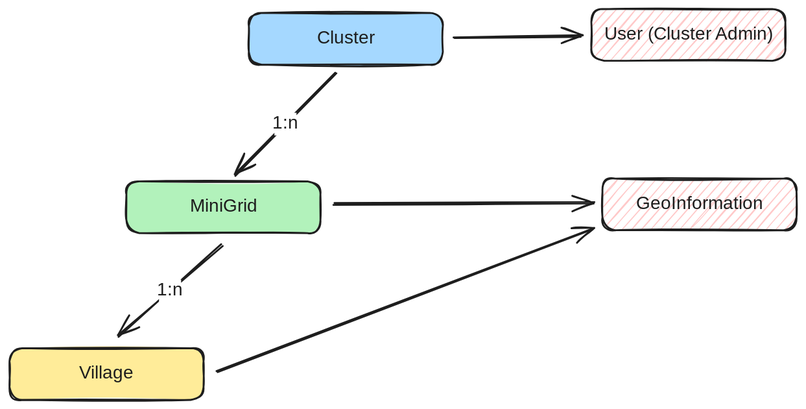
This is docs/development/images/cluster_minigrid_village.excalidraw.svg from EnAccess/micropowermanager, a Excalidraw export, as it was before one commit. Source tidied: one line per element, renumbered; positions are measured from the earlier drawing's top-left corner, leaving out a move shared by most shapes.
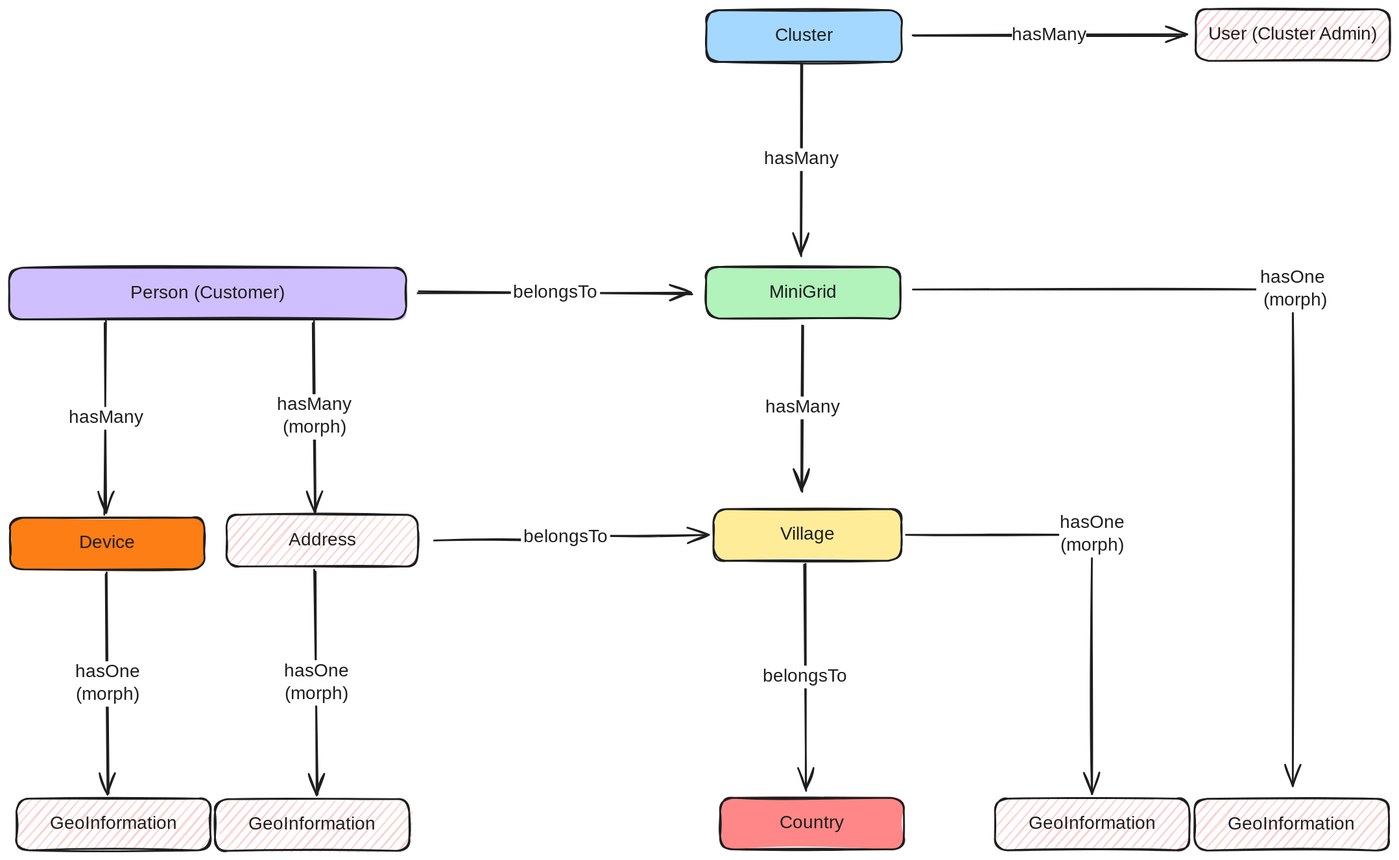
The same file after the commit.

Change to the diagram source:
```diff
@@ -1,17 +1,48 @@
-{"id": 0, "type": "rectangle", "strokeColor": "#1e1e1e", "backgroundColor": "#a5d8ff", "fillStyle": "solid", "strokeWidth": 2, "roughness": 1, "round": true, "x": 264, "y": 4, "width": 214, "height": 57}
+{"id": 0, "type": "rectangle", "strokeColor": "#1e1e1e", "backgroundColor": "#a5d8ff", "fillStyle": "solid", "strokeWidth": 2, "roughness": 1, "round": true, "x": 128, "y": -94, "width": 215, "height": 57}
-{"id": 1, "type": "text", "text": "Cluster", "strokeColor": "#1e1e1e", "strokeWidth": 2, "roughness": 1, "fontSize": 20, "fontFamily": 5, "textAlign": "center", "verticalAlign": "middle", "inside": 0, "x": 336, "y": 20, "width": 69, "height": 25}
+{"id": 1, "type": "text", "text": "Cluster", "strokeColor": "#1e1e1e", "strokeWidth": 2, "roughness": 1, "fontSize": 20, "fontFamily": 5, "textAlign": "center", "verticalAlign": "middle", "inside": 0, "x": 201, "y": -78, "width": 69, "height": 25}
-{"id": 2, "type": "rectangle", "strokeColor": "#1e1e1e", "backgroundColor": "#b2f2bb", "fillStyle": "solid", "strokeWidth": 2, "roughness": 1, "round": true, "x": 129, "y": 190, "width": 214, "height": 57}
+{"id": 2, "type": "rectangle", "strokeColor": "#1e1e1e", "backgroundColor": "#b2f2bb", "fillStyle": "solid", "strokeWidth": 2, "roughness": 1, "round": true, "x": 128, "y": 188, "width": 214, "height": 57}
-{"id": 3, "type": "text", "text": "MiniGrid", "strokeColor": "#1e1e1e", "strokeWidth": 2, "roughness": 1, "fontSize": 20, "fontFamily": 5, "textAlign": "center", "verticalAlign": "middle", "inside": 2, "x": 197, "y": 206, "width": 77, "height": 25}
+{"id": 3, "type": "text", "text": "MiniGrid", "strokeColor": "#1e1e1e", "strokeWidth": 2, "roughness": 1, "fontSize": 20, "fontFamily": 5, "textAlign": "center", "verticalAlign": "middle", "inside": 2, "x": 196, "y": 204, "width": 77, "height": 25}
-{"id": 4, "type": "rectangle", "strokeColor": "#1e1e1e", "backgroundColor": "#ffec99", "fillStyle": "solid", "strokeWidth": 2, "roughness": 1, "round": true, "x": 0, "y": 373, "width": 214, "height": 57}
+{"id": 4, "type": "rectangle", "strokeColor": "#1e1e1e", "backgroundColor": "#ffec99", "fillStyle": "solid", "strokeWidth": 2, "roughness": 1, "round": true, "x": 136, "y": 455, "width": 207, "height": 57}
-{"id": 5, "type": "text", "text": "Village", "strokeColor": "#1e1e1e", "strokeWidth": 2, "roughness": 1, "fontSize": 20, "fontFamily": 5, "textAlign": "center", "verticalAlign": "middle", "inside": 4, "x": 77, "y": 389, "width": 59, "height": 25}
+{"id": 5, "type": "text", "text": "Village", "strokeColor": "#1e1e1e", "strokeWidth": 2, "roughness": 1, "fontSize": 20, "fontFamily": 5, "textAlign": "center", "verticalAlign": "middle", "inside": 4, "x": 210, "y": 471, "width": 59, "height": 25}
-{"id": 6, "type": "arrow", "strokeColor": "#1e1e1e", "strokeWidth": 2, "roughness": 1, "endArrowhead": "arrow", "round": true, "from": 0, "to": 2, "x": 360, "y": 70, "width": 112, "height": 113, "points": [[0, 0], [-112, 113]]}
+{"id": 6, "type": "arrow", "strokeColor": "#1e1e1e", "strokeWidth": 2, "roughness": 1, "endArrowhead": "arrow", "round": true, "from": 0, "to": 2, "x": 233, "y": -36, "width": 2, "height": 212, "points": [[0, 0], [-2, 212]]}
-{"id": 7, "type": "text", "text": "1:n", "strokeColor": "#1e1e1e", "strokeWidth": 2, "roughness": 1, "fontSize": 20, "fontFamily": 5, "textAlign": "center", "verticalAlign": "middle", "inside": 6, "x": 292, "y": 114, "width": 24, "height": 25}
+{"id": 7, "type": "text", "text": "hasMany", "strokeColor": "#1e1e1e", "strokeWidth": 2, "roughness": 1, "fontSize": 20, "fontFamily": 5, "textAlign": "center", "verticalAlign": "middle", "inside": 6, "x": 196, "y": 113, "width": 82, "height": 25}
-{"id": 8, "type": "arrow", "strokeColor": "#1e1e1e", "strokeWidth": 2, "roughness": 1, "endArrowhead": "arrow", "round": true, "from": 2, "to": 4, "x": 234, "y": 260, "width": 115, "height": 101, "points": [[0, 0], [-115, 101]]}
-{"id": 9, "type": "text", "text": "1:n", "strokeColor": "#1e1e1e", "strokeWidth": 2, "roughness": 1, "fontSize": 20, "fontFamily": 5, "textAlign": "center", "verticalAlign": "middle", "inside": 8, "x": 293, "y": 143, "width": 24, "height": 25}
-{"id": 10, "type": "rectangle", "strokeColor": "#1e1e1e", "backgroundColor": "#ffc9c9", "fillStyle": "hachure", "strokeWidth": 2, "roughness": 1, "round": true, "x": 654, "y": 187, "width": 214, "height": 57}
-{"id": 11, "type": "text", "text": "GeoInformation", "strokeColor": "#1e1e1e", "strokeWidth": 2, "roughness": 1, "fontSize": 20, "fontFamily": 5, "textAlign": "center", "verticalAlign": "middle", "inside": 10, "x": 684, "y": 203, "width": 153, "height": 25}
-{"id": 12, "type": "rectangle", "strokeColor": "#1e1e1e", "backgroundColor": "#ffc9c9", "fillStyle": "hachure", "strokeWidth": 2, "roughness": 1, "round": true, "x": 641, "y": 0, "width": 214, "height": 57}
+{"id": 12, "type": "rectangle", "strokeColor": "#1e1e1e", "backgroundColor": "#ffc9c9", "fillStyle": "hachure", "strokeWidth": 2, "roughness": 1, "round": true, "x": 667, "y": -95, "width": 214, "height": 57}
-{"id": 13, "type": "text", "text": "User (Cluster Admin)", "strokeColor": "#1e1e1e", "strokeWidth": 2, "roughness": 1, "fontSize": 20, "fontFamily": 5, "textAlign": "center", "verticalAlign": "middle", "inside": 12, "x": 649, "y": 16, "width": 200, "height": 25}
+{"id": 13, "type": "text", "text": "User (Cluster Admin)", "strokeColor": "#1e1e1e", "strokeWidth": 2, "roughness": 1, "fontSize": 20, "fontFamily": 5, "textAlign": "center", "verticalAlign": "middle", "inside": 12, "x": 674, "y": -79, "width": 200, "height": 25}
-{"id": 14, "type": "arrow", "strokeColor": "#1e1e1e", "backgroundColor": "#ffc9c9", "fillStyle": "hachure", "strokeWidth": 2, "roughness": 1, "endArrowhead": "arrow", "round": true, "from": 0, "to": 12, "x": 490, "y": 31, "width": 141, "height": 1, "points": [[0, 0], [141, -1]]}
+{"id": 14, "type": "arrow", "strokeColor": "#1e1e1e", "backgroundColor": "#ffc9c9", "fillStyle": "hachure", "strokeWidth": 2, "roughness": 1, "endArrowhead": "arrow", "round": true, "from": 0, "to": 12, "x": 355, "y": -67, "width": 301, "height": 1, "points": [[0, 0], [301, 1]]}
+{"id": 17, "type": "text", "text": "hasMany", "strokeColor": "#1e1e1e", "strokeWidth": 2, "roughness": 1, "fontSize": 20, "fontFamily": 5, "textAlign": "center", "verticalAlign": "middle", "inside": 14, "x": 452, "y": 19, "width": 82, "height": 25}
-{"id": 15, "type": "arrow", "strokeColor": "#1e1e1e", "backgroundColor": "#ffc9c9", "fillStyle": "hachure", "strokeWidth": 2, "roughness": 1, "endArrowhead": "arrow", "round": true, "from": 2, "to": 10, "x": 358, "y": 215, "width": 287, "height": 2, "points": [[0, 0], [287, -2]]}
+{"id": 15, "type": "arrow", "strokeColor": "#1e1e1e", "backgroundColor": "#ffc9c9", "fillStyle": "hachure", "strokeWidth": 2, "roughness": 1, "endArrowhead": "arrow", "from": 2, "to": 49, "x": 355, "y": 213, "width": 418, "height": 547, "points": [[0, 0], [418, 0], [418, 547]]}
-{"id": 16, "type": "arrow", "strokeColor": "#1e1e1e", "backgroundColor": "#ffc9c9", "fillStyle": "hachure", "strokeWidth": 2, "roughness": 1, "endArrowhead": "arrow", "round": true, "from": 4, "to": 10, "x": 229, "y": 400, "width": 414, "height": 158, "points": [[0, 0], [414, -158]]}
+{"id": 18, "type": "text", "text": "hasOne\n (morph)", "strokeColor": "#1e1e1e", "strokeWidth": 2, "roughness": 1, "fontSize": 20, "fontFamily": 5, "textAlign": "center", "verticalAlign": "middle", "inside": 15, "x": 733, "y": 188, "width": 80, "height": 50}
+{"id": 19, "type": "rectangle", "strokeColor": "#1e1e1e", "backgroundColor": "#ff8787", "fillStyle": "solid", "strokeWidth": 2, "roughness": 1, "round": true, "x": 143, "y": 773, "width": 202, "height": 57}
+{"id": 20, "type": "text", "text": "Country", "strokeColor": "#1e1e1e", "strokeWidth": 2, "roughness": 1, "fontSize": 20, "fontFamily": 5, "textAlign": "center", "verticalAlign": "middle", "inside": 19, "x": 206, "y": 789, "width": 76, "height": 25}
+{"id": 21, "type": "arrow", "strokeColor": "#1e1e1e", "strokeWidth": 2, "roughness": 1, "endArrowhead": "arrow", "round": true, "from": 4, "to": 19, "x": 237, "y": 515, "width": 0, "height": 249, "points": [[0, 0], [0, 249]]}
+{"id": 22, "type": "text", "text": "belongsTo", "strokeColor": "#1e1e1e", "strokeWidth": 2, "roughness": 1, "fontSize": 20, "fontFamily": 5, "textAlign": "center", "verticalAlign": "middle", "inside": 21, "x": 113, "y": 492, "width": 98, "height": 25}
+{"id": 23, "type": "rectangle", "strokeColor": "#1e1e1e", "backgroundColor": "#d0bfff", "fillStyle": "solid", "strokeWidth": 2, "roughness": 1, "round": true, "x": -640, "y": 189, "width": 437, "height": 57}
+{"id": 24, "type": "text", "text": "Person (Customer)", "strokeColor": "#1e1e1e", "strokeWidth": 2, "roughness": 1, "fontSize": 20, "fontFamily": 5, "textAlign": "center", "verticalAlign": "middle", "inside": 23, "x": -511, "y": 205, "width": 179, "height": 25}
+{"id": 25, "type": "rectangle", "strokeColor": "#1e1e1e", "backgroundColor": "#fd7e14", "fillStyle": "solid", "strokeWidth": 2, "roughness": 1, "round": true, "x": -639, "y": 465, "width": 214, "height": 57}
+{"id": 26, "type": "text", "text": "Device", "strokeColor": "#1e1e1e", "strokeWidth": 2, "roughness": 1, "fontSize": 20, "fontFamily": 5, "textAlign": "center", "verticalAlign": "middle", "inside": 25, "x": -563, "y": 480, "width": 63, "height": 25}
+{"id": 27, "type": "arrow", "strokeColor": "#1e1e1e", "strokeWidth": 2, "roughness": 1, "endArrowhead": "arrow", "round": true, "from": 23, "to": 25, "x": -533, "y": 249, "width": 1, "height": 212, "points": [[0, 0], [-1, 212]]}
+{"id": 28, "type": "text", "text": "hasMany", "strokeColor": "#1e1e1e", "strokeWidth": 2, "roughness": 1, "fontSize": 20, "fontFamily": 5, "textAlign": "center", "verticalAlign": "middle", "inside": 27, "x": -349, "y": 310, "width": 82, "height": 25}
+{"id": 29, "type": "arrow", "strokeColor": "#1e1e1e", "strokeWidth": 2, "roughness": 1, "endArrowhead": "arrow", "round": true, "from": 23, "to": 2, "x": -189, "y": 216, "width": 302, "height": 2, "points": [[0, 0], [302, 2]]}
+{"id": 30, "type": "text", "text": "belongsTo", "strokeColor": "#1e1e1e", "strokeWidth": 2, "roughness": 1, "fontSize": 20, "fontFamily": 5, "textAlign": "center", "verticalAlign": "middle", "inside": 29, "x": -90, "y": 225, "width": 98, "height": 25}
+{"id": 31, "type": "rectangle", "strokeColor": "#1e1e1e", "backgroundColor": "#ffc9c9", "fillStyle": "hachure", "strokeWidth": 2, "roughness": 1, "round": true, "x": -413, "y": 775, "width": 214, "height": 57}
+{"id": 32, "type": "text", "text": "GeoInformation", "strokeColor": "#1e1e1e", "strokeWidth": 2, "roughness": 1, "fontSize": 20, "fontFamily": 5, "textAlign": "center", "verticalAlign": "middle", "inside": 31, "x": -383, "y": 791, "width": 153, "height": 25}
+{"id": 33, "type": "rectangle", "strokeColor": "#1e1e1e", "backgroundColor": "#ffc9c9", "fillStyle": "hachure", "strokeWidth": 2, "roughness": 1, "round": true, "x": -401, "y": 461, "width": 211, "height": 57}
+{"id": 34, "type": "text", "text": "Address", "strokeColor": "#1e1e1e", "strokeWidth": 2, "roughness": 1, "fontSize": 20, "fontFamily": 5, "textAlign": "center", "verticalAlign": "middle", "inside": 33, "x": -334, "y": 477, "width": 78, "height": 25}
+{"id": 35, "type": "arrow", "strokeColor": "#1e1e1e", "strokeWidth": 2, "roughness": 1, "endArrowhead": "arrow", "round": true, "from": 2, "to": 4, "x": 234, "y": 252, "width": 0, "height": 183, "points": [[0, 0], [0, 183]]}
+{"id": 36, "type": "text", "text": "hasMany", "strokeColor": "#1e1e1e", "strokeWidth": 2, "roughness": 1, "fontSize": 20, "fontFamily": 5, "textAlign": "center", "verticalAlign": "middle", "inside": 35, "x": 106, "y": 290, "width": 82, "height": 25}
+{"id": 37, "type": "arrow", "strokeColor": "#1e1e1e", "strokeWidth": 2, "roughness": 1, "endArrowhead": "arrow", "round": true, "from": 33, "to": 31, "x": -303, "y": 523, "width": 3, "height": 247, "points": [[0, 0], [3, 247]]}
+{"id": 38, "type": "text", "text": "hasOne\n(morph)", "strokeColor": "#1e1e1e", "strokeWidth": 2, "roughness": 1, "fontSize": 20, "fontFamily": 5, "textAlign": "center", "verticalAlign": "middle", "inside": 37, "x": -341, "y": 685, "width": 72, "height": 50}
+{"id": 39, "type": "arrow", "strokeColor": "#1e1e1e", "backgroundColor": "#fd7e14", "fillStyle": "solid", "strokeWidth": 2, "roughness": 1, "endArrowhead": "arrow", "from": 4, "x": 348, "y": 483, "width": 205, "height": 286, "points": [[0, 0], [205, 0], [205, 286]]}
+{"id": 40, "type": "text", "text": "hasOne\n(morph)", "strokeColor": "#1e1e1e", "backgroundColor": "#fd7e14", "fillStyle": "solid", "strokeWidth": 2, "roughness": 1, "fontSize": 20, "fontFamily": 5, "textAlign": "center", "verticalAlign": "middle", "inside": 39, "x": 461, "y": 295, "width": 72, "height": 50}
+{"id": 41, "type": "arrow", "strokeColor": "#1e1e1e", "strokeWidth": 2, "roughness": 1, "endArrowhead": "arrow", "round": true, "from": 23, "to": 33, "x": -304, "y": 249, "width": 1, "height": 210, "points": [[0, 0], [1, 210]]}
+{"id": 42, "type": "text", "text": "hasMany\n(morph)", "strokeColor": "#1e1e1e", "strokeWidth": 2, "roughness": 1, "fontSize": 20, "fontFamily": 5, "textAlign": "center", "verticalAlign": "middle", "inside": 41, "x": -345, "y": 390, "width": 82, "height": 50}
+{"id": 43, "type": "rectangle", "strokeColor": "#1e1e1e", "backgroundColor": "#ffc9c9", "fillStyle": "hachure", "strokeWidth": 2, "roughness": 1, "round": true, "x": -632, "y": 774, "width": 214, "height": 57}
+{"id": 44, "type": "text", "text": "GeoInformation", "strokeColor": "#1e1e1e", "strokeWidth": 2, "roughness": 1, "fontSize": 20, "fontFamily": 5, "textAlign": "center", "verticalAlign": "middle", "inside": 43, "x": -602, "y": 790, "width": 153, "height": 25}
+{"id": 45, "type": "arrow", "strokeColor": "#1e1e1e", "strokeWidth": 2, "roughness": 1, "endArrowhead": "arrow", "from": 33, "to": 4, "x": -172, "y": 490, "width": 303, "height": 6, "points": [[0, 0], [145, 0], [145, -6], [303, -6]]}
+{"id": 46, "type": "text", "text": "belongsTo", "strokeColor": "#1e1e1e", "strokeWidth": 2, "roughness": 1, "fontSize": 20, "fontFamily": 5, "textAlign": "center", "verticalAlign": "middle", "inside": 45, "x": -142, "y": 495, "width": 98, "height": 25}
+{"id": 47, "type": "rectangle", "strokeColor": "#1e1e1e", "backgroundColor": "#ffc9c9", "fillStyle": "hachure", "strokeWidth": 2, "roughness": 1, "round": true, "x": 446, "y": 774, "width": 214, "height": 57}
+{"id": 48, "type": "text", "text": "GeoInformation", "strokeColor": "#1e1e1e", "strokeWidth": 2, "roughness": 1, "fontSize": 20, "fontFamily": 5, "textAlign": "center", "verticalAlign": "middle", "inside": 47, "x": 476, "y": 790, "width": 153, "height": 25}
+{"id": 49, "type": "rectangle", "strokeColor": "#1e1e1e", "backgroundColor": "#ffc9c9", "fillStyle": "hachure", "strokeWidth": 2, "roughness": 1, "round": true, "x": 665, "y": 774, "width": 214, "height": 57}
+{"id": 50, "type": "text", "text": "GeoInformation", "strokeColor": "#1e1e1e", "strokeWidth": 2, "roughness": 1, "fontSize": 20, "fontFamily": 5, "textAlign": "center", "verticalAlign": "middle", "inside": 49, "x": 696, "y": 790, "width": 153, "height": 25}
+{"id": 51, "type": "arrow", "strokeColor": "#1e1e1e", "strokeWidth": 2, "roughness": 1, "endArrowhead": "arrow", "round": true, "from": 25, "to": 43, "x": -533, "y": 526, "width": 4, "height": 243, "points": [[0, 0], [4, 243]]}
+{"id": 52, "type": "text", "text": "hasOne\n(morph)", "strokeColor": "#1e1e1e", "strokeWidth": 2, "roughness": 1, "fontSize": 20, "fontFamily": 5, "textAlign": "center", "verticalAlign": "middle", "inside": 51, "x": -582, "y": 586, "width": 72, "height": 50}
```
